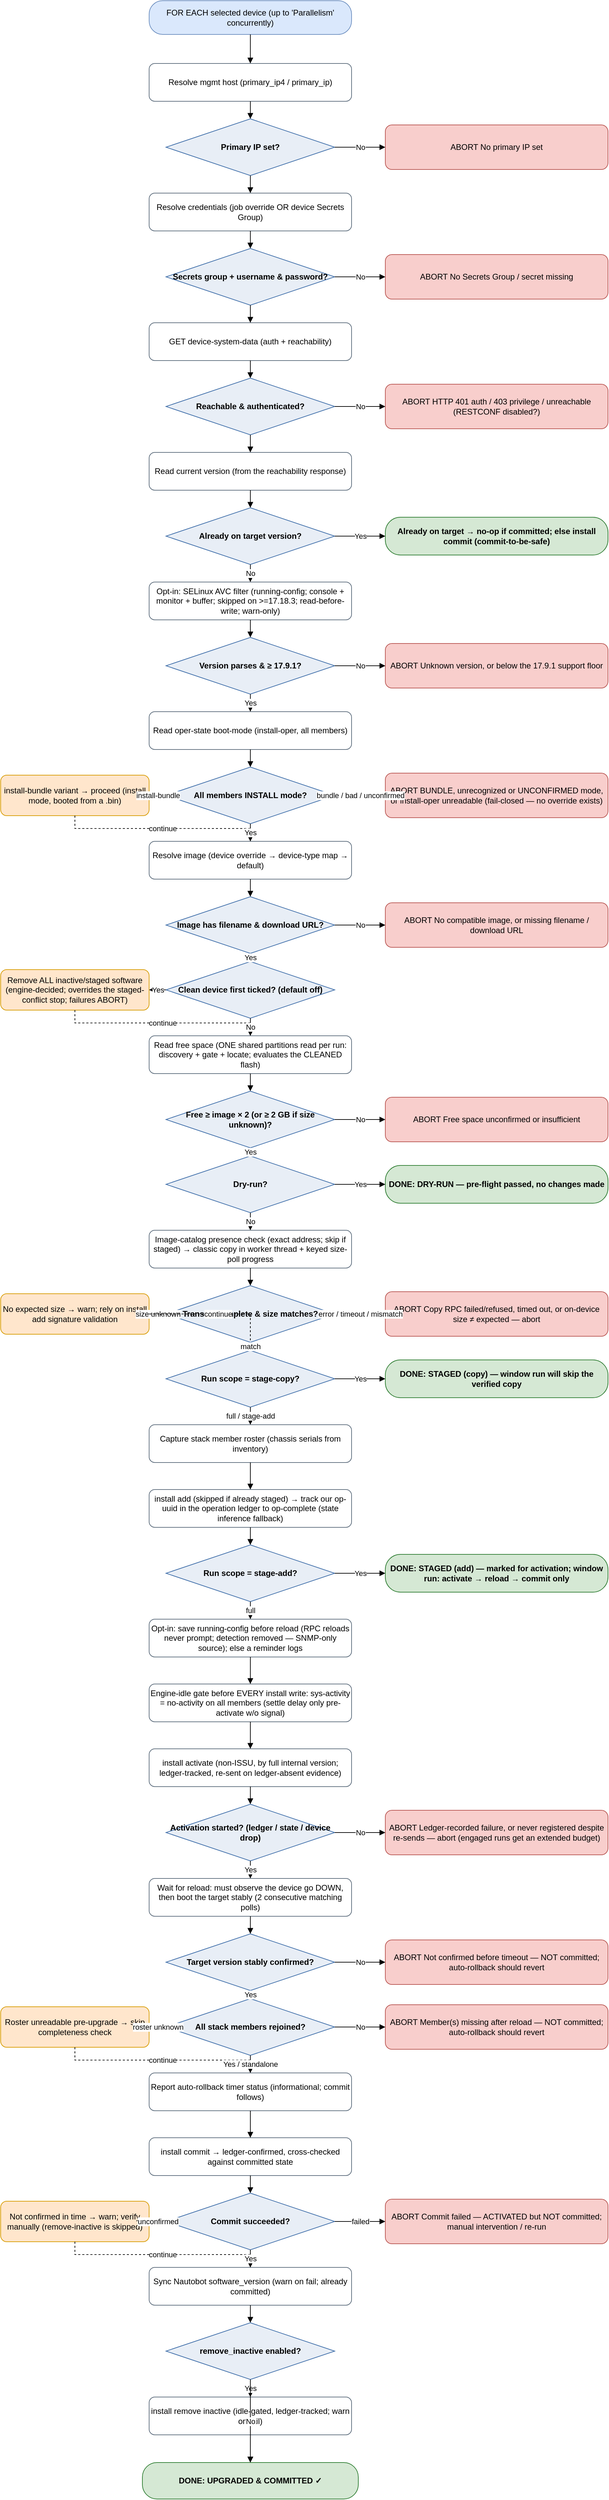
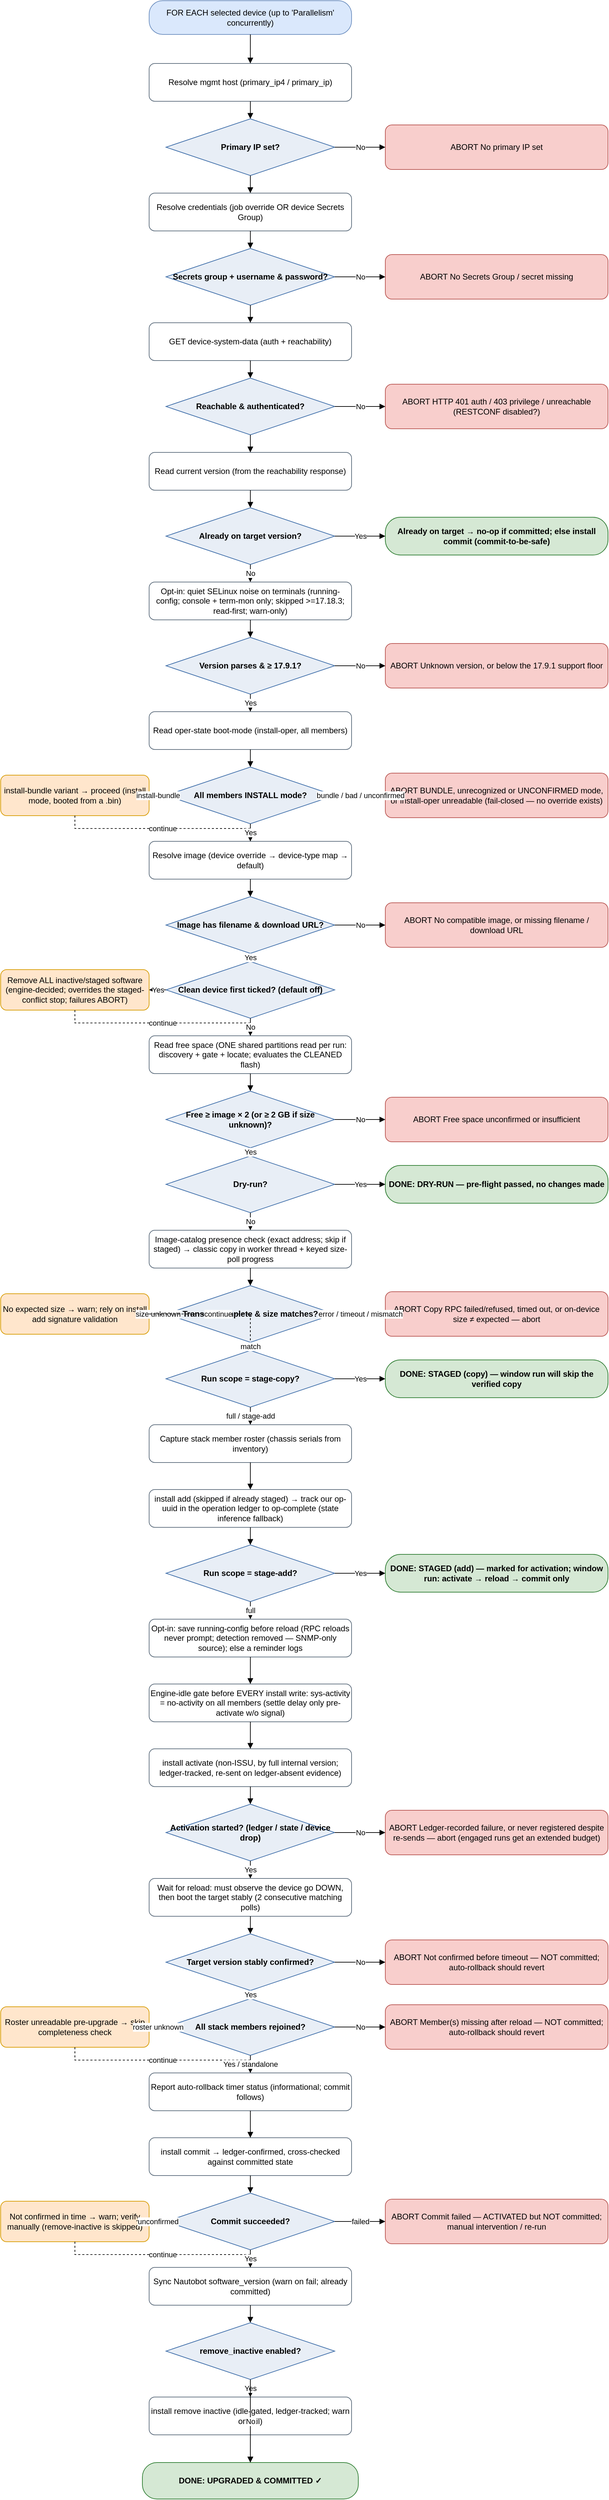
<mxfile host="app.diagrams.net" type="device">
  <diagram name="IOS-XE upgrade flow" id="iosxe-upgrade-flow">
    <mxGraphModel dx="1000" dy="2000" grid="1" gridSize="10" guides="1" tooltips="1"
        connect="1" arrows="1" fold="1" page="1" pageScale="1" math="0" shadow="0">
      <root>
        <mxCell id="0"/>
        <mxCell id="1" parent="0"/>
        <mxCell id="start" value="FOR EACH selected device&amp;#10;(up to &#x27;Parallelism&#x27; concurrently)" style="rounded=1;arcSize=40;whiteSpace=wrap;html=1;fillColor=#DAE8FC;strokeColor=#6C8EBF;" vertex="1" parent="1"><mxGeometry x="250" y="31" width="300" height="50" as="geometry"/></mxCell>
        <mxCell id="host" value="Resolve mgmt host&amp;#10;(primary_ip4 / primary_ip)" style="rounded=1;whiteSpace=wrap;html=1;fillColor=#FFFFFF;strokeColor=#5B6B7B;" vertex="1" parent="1"><mxGeometry x="250" y="124" width="300" height="56" as="geometry"/></mxCell>
        <mxCell id="d_ip" value="Primary IP set?" style="rhombus;whiteSpace=wrap;html=1;fillColor=#E8EEF6;strokeColor=#3C6CA8;fontStyle=1;" vertex="1" parent="1"><mxGeometry x="275" y="206" width="250" height="84" as="geometry"/></mxCell>
        <mxCell id="cred" value="Resolve credentials&amp;#10;(job override OR device Secrets Group)" style="rounded=1;whiteSpace=wrap;html=1;fillColor=#FFFFFF;strokeColor=#5B6B7B;" vertex="1" parent="1"><mxGeometry x="250" y="316" width="300" height="56" as="geometry"/></mxCell>
        <mxCell id="d_cred" value="Secrets group +&amp;#10;username &amp; password?" style="rhombus;whiteSpace=wrap;html=1;fillColor=#E8EEF6;strokeColor=#3C6CA8;fontStyle=1;" vertex="1" parent="1"><mxGeometry x="275" y="398" width="250" height="84" as="geometry"/></mxCell>
        <mxCell id="reach" value="GET device-system-data&amp;#10;(auth + reachability)" style="rounded=1;whiteSpace=wrap;html=1;fillColor=#FFFFFF;strokeColor=#5B6B7B;" vertex="1" parent="1"><mxGeometry x="250" y="508" width="300" height="56" as="geometry"/></mxCell>
        <mxCell id="d_reach" value="Reachable &amp;&amp;#10;authenticated?" style="rhombus;whiteSpace=wrap;html=1;fillColor=#E8EEF6;strokeColor=#3C6CA8;fontStyle=1;" vertex="1" parent="1"><mxGeometry x="275" y="590" width="250" height="84" as="geometry"/></mxCell>
        <mxCell id="curr" value="Read current version&amp;#10;(from the reachability response)" style="rounded=1;whiteSpace=wrap;html=1;fillColor=#FFFFFF;strokeColor=#5B6B7B;" vertex="1" parent="1"><mxGeometry x="250" y="700" width="300" height="56" as="geometry"/></mxCell>
        <mxCell id="d_target" value="Already on&amp;#10;target version?" style="rhombus;whiteSpace=wrap;html=1;fillColor=#E8EEF6;strokeColor=#3C6CA8;fontStyle=1;" vertex="1" parent="1"><mxGeometry x="275" y="782" width="250" height="84" as="geometry"/></mxCell>
-         <mxCell id="avcsup" value="Opt-in: SELinux AVC filter (running-config;&amp;#10;console + monitor + buffer; skipped on&amp;#10;&gt;=17.18.3; read-before-write; warn-only)" style="rounded=1;whiteSpace=wrap;html=1;fillColor=#FFFFFF;strokeColor=#5B6B7B;" vertex="1" parent="1"><mxGeometry x="250" y="892" width="300" height="56" as="geometry"/></mxCell>
+         <mxCell id="avcsup" value="Opt-in: quiet SELinux noise on terminals&amp;#10;(running-config; console + term-mon only;&amp;#10;skipped &gt;=17.18.3; read-first; warn-only)" style="rounded=1;whiteSpace=wrap;html=1;fillColor=#FFFFFF;strokeColor=#5B6B7B;" vertex="1" parent="1"><mxGeometry x="250" y="892" width="300" height="56" as="geometry"/></mxCell>
        <mxCell id="d_floor" value="Version parses&amp;#10;&amp; ≥ 17.9.1?" style="rhombus;whiteSpace=wrap;html=1;fillColor=#E8EEF6;strokeColor=#3C6CA8;fontStyle=1;" vertex="1" parent="1"><mxGeometry x="275" y="974" width="250" height="84" as="geometry"/></mxCell>
        <mxCell id="mode" value="Read oper-state boot-mode&amp;#10;(install-oper, all members)" style="rounded=1;whiteSpace=wrap;html=1;fillColor=#FFFFFF;strokeColor=#5B6B7B;" vertex="1" parent="1"><mxGeometry x="250" y="1084" width="300" height="56" as="geometry"/></mxCell>
        <mxCell id="d_mode" value="All members&amp;#10;INSTALL mode?" style="rhombus;whiteSpace=wrap;html=1;fillColor=#E8EEF6;strokeColor=#3C6CA8;fontStyle=1;" vertex="1" parent="1"><mxGeometry x="275" y="1166" width="250" height="84" as="geometry"/></mxCell>
        <mxCell id="img" value="Resolve image (device override →&amp;#10;device-type map → default)" style="rounded=1;whiteSpace=wrap;html=1;fillColor=#FFFFFF;strokeColor=#5B6B7B;" vertex="1" parent="1"><mxGeometry x="250" y="1276" width="300" height="56" as="geometry"/></mxCell>
        <mxCell id="d_img" value="Image has filename&amp;#10;&amp; download URL?" style="rhombus;whiteSpace=wrap;html=1;fillColor=#E8EEF6;strokeColor=#3C6CA8;fontStyle=1;" vertex="1" parent="1"><mxGeometry x="275" y="1358" width="250" height="84" as="geometry"/></mxCell>
        <mxCell id="d_clean" value="Clean device first&amp;#10;ticked? (default off)" style="rhombus;whiteSpace=wrap;html=1;fillColor=#E8EEF6;strokeColor=#3C6CA8;fontStyle=1;" vertex="1" parent="1"><mxGeometry x="275" y="1454" width="250" height="84" as="geometry"/></mxCell>
        <mxCell id="space" value="Read free space (ONE shared partitions&amp;#10;read per run: discovery + gate + locate;&amp;#10;evaluates the CLEANED flash)" style="rounded=1;whiteSpace=wrap;html=1;fillColor=#FFFFFF;strokeColor=#5B6B7B;" vertex="1" parent="1"><mxGeometry x="250" y="1564" width="300" height="56" as="geometry"/></mxCell>
        <mxCell id="d_space" value="Free ≥ image × 2&amp;#10;(or ≥ 2 GB if size unknown)?" style="rhombus;whiteSpace=wrap;html=1;fillColor=#E8EEF6;strokeColor=#3C6CA8;fontStyle=1;" vertex="1" parent="1"><mxGeometry x="275" y="1646" width="250" height="84" as="geometry"/></mxCell>
        <mxCell id="d_dry" value="Dry-run?" style="rhombus;whiteSpace=wrap;html=1;fillColor=#E8EEF6;strokeColor=#3C6CA8;fontStyle=1;" vertex="1" parent="1"><mxGeometry x="275" y="1742" width="250" height="84" as="geometry"/></mxCell>
        <mxCell id="copy" value="Image-catalog presence check (exact address;&amp;#10;skip if staged) → classic copy in worker&amp;#10;thread + keyed size-poll progress" style="rounded=1;whiteSpace=wrap;html=1;fillColor=#FFFFFF;strokeColor=#5B6B7B;" vertex="1" parent="1"><mxGeometry x="250" y="1852" width="300" height="56" as="geometry"/></mxCell>
        <mxCell id="d_size" value="Transfer complete&amp;#10;&amp; size matches?" style="rhombus;whiteSpace=wrap;html=1;fillColor=#E8EEF6;strokeColor=#3C6CA8;fontStyle=1;" vertex="1" parent="1"><mxGeometry x="275" y="1934" width="250" height="84" as="geometry"/></mxCell>
        <mxCell id="d_stagecopy" value="Run scope =&amp;#10;stage-copy?" style="rhombus;whiteSpace=wrap;html=1;fillColor=#E8EEF6;strokeColor=#3C6CA8;fontStyle=1;" vertex="1" parent="1"><mxGeometry x="275" y="2030" width="250" height="84" as="geometry"/></mxCell>
        <mxCell id="roster" value="Capture stack member roster&amp;#10;(chassis serials from inventory)" style="rounded=1;whiteSpace=wrap;html=1;fillColor=#FFFFFF;strokeColor=#5B6B7B;" vertex="1" parent="1"><mxGeometry x="250" y="2140" width="300" height="56" as="geometry"/></mxCell>
        <mxCell id="add" value="install add (skipped if already staged) →&amp;#10;track our op-uuid in the operation ledger&amp;#10;to op-complete (state inference fallback)" style="rounded=1;whiteSpace=wrap;html=1;fillColor=#FFFFFF;strokeColor=#5B6B7B;" vertex="1" parent="1"><mxGeometry x="250" y="2236" width="300" height="56" as="geometry"/></mxCell>
        <mxCell id="d_stageadd" value="Run scope =&amp;#10;stage-add?" style="rhombus;whiteSpace=wrap;html=1;fillColor=#E8EEF6;strokeColor=#3C6CA8;fontStyle=1;" vertex="1" parent="1"><mxGeometry x="275" y="2318" width="250" height="84" as="geometry"/></mxCell>
        <mxCell id="cfgsync" value="Opt-in: save running-config before reload&amp;#10;(RPC reloads never prompt; detection removed&amp;#10;— SNMP-only source); else a reminder logs" style="rounded=1;whiteSpace=wrap;html=1;fillColor=#FFFFFF;strokeColor=#5B6B7B;" vertex="1" parent="1"><mxGeometry x="250" y="2428" width="300" height="56" as="geometry"/></mxCell>
        <mxCell id="idle" value="Engine-idle gate before EVERY install write:&amp;#10;sys-activity = no-activity on all members&amp;#10;(settle delay only pre-activate w/o signal)" style="rounded=1;whiteSpace=wrap;html=1;fillColor=#FFFFFF;strokeColor=#5B6B7B;" vertex="1" parent="1"><mxGeometry x="250" y="2524" width="300" height="56" as="geometry"/></mxCell>
        <mxCell id="act" value="install activate (non-ISSU, by full internal&amp;#10;version; ledger-tracked,&amp;#10;re-sent on ledger-absent evidence)" style="rounded=1;whiteSpace=wrap;html=1;fillColor=#FFFFFF;strokeColor=#5B6B7B;" vertex="1" parent="1"><mxGeometry x="250" y="2620" width="300" height="56" as="geometry"/></mxCell>
        <mxCell id="d_act" value="Activation started?&amp;#10;(ledger / state / device drop)" style="rhombus;whiteSpace=wrap;html=1;fillColor=#E8EEF6;strokeColor=#3C6CA8;fontStyle=1;" vertex="1" parent="1"><mxGeometry x="275" y="2702" width="250" height="84" as="geometry"/></mxCell>
        <mxCell id="waitc" value="Wait for reload: must observe the device&amp;#10;go DOWN, then boot the target stably&amp;#10;(2 consecutive matching polls)" style="rounded=1;whiteSpace=wrap;html=1;fillColor=#FFFFFF;strokeColor=#5B6B7B;" vertex="1" parent="1"><mxGeometry x="250" y="2812" width="300" height="56" as="geometry"/></mxCell>
        <mxCell id="d_confirm" value="Target version&amp;#10;stably confirmed?" style="rhombus;whiteSpace=wrap;html=1;fillColor=#E8EEF6;strokeColor=#3C6CA8;fontStyle=1;" vertex="1" parent="1"><mxGeometry x="275" y="2894" width="250" height="84" as="geometry"/></mxCell>
        <mxCell id="d_members" value="All stack members&amp;#10;rejoined?" style="rhombus;whiteSpace=wrap;html=1;fillColor=#E8EEF6;strokeColor=#3C6CA8;fontStyle=1;" vertex="1" parent="1"><mxGeometry x="275" y="2990" width="250" height="84" as="geometry"/></mxCell>
        <mxCell id="rollbackchk" value="Report auto-rollback timer status&amp;#10;(informational; commit follows)" style="rounded=1;whiteSpace=wrap;html=1;fillColor=#FFFFFF;strokeColor=#5B6B7B;" vertex="1" parent="1"><mxGeometry x="250" y="3100" width="300" height="56" as="geometry"/></mxCell>
        <mxCell id="commit" value="install commit → ledger-confirmed,&amp;#10;cross-checked against committed state" style="rounded=1;whiteSpace=wrap;html=1;fillColor=#FFFFFF;strokeColor=#5B6B7B;" vertex="1" parent="1"><mxGeometry x="250" y="3196" width="300" height="56" as="geometry"/></mxCell>
        <mxCell id="d_commit" value="Commit&amp;#10;succeeded?" style="rhombus;whiteSpace=wrap;html=1;fillColor=#E8EEF6;strokeColor=#3C6CA8;fontStyle=1;" vertex="1" parent="1"><mxGeometry x="275" y="3278" width="250" height="84" as="geometry"/></mxCell>
        <mxCell id="sync" value="Sync Nautobot software_version&amp;#10;(warn on fail; already committed)" style="rounded=1;whiteSpace=wrap;html=1;fillColor=#FFFFFF;strokeColor=#5B6B7B;" vertex="1" parent="1"><mxGeometry x="250" y="3388" width="300" height="56" as="geometry"/></mxCell>
        <mxCell id="d_remove" value="remove_inactive&amp;#10;enabled?" style="rhombus;whiteSpace=wrap;html=1;fillColor=#E8EEF6;strokeColor=#3C6CA8;fontStyle=1;" vertex="1" parent="1"><mxGeometry x="275" y="3470" width="250" height="84" as="geometry"/></mxCell>
        <mxCell id="remove" value="install remove inactive (idle-gated,&amp;#10;ledger-tracked; warn on fail)" style="rounded=1;whiteSpace=wrap;html=1;fillColor=#FFFFFF;strokeColor=#5B6B7B;" vertex="1" parent="1"><mxGeometry x="250" y="3580" width="300" height="56" as="geometry"/></mxCell>
        <mxCell id="ok" value="DONE: UPGRADED &amp; COMMITTED ✓" style="rounded=1;arcSize=40;whiteSpace=wrap;html=1;fillColor=#D5E8D4;strokeColor=#2E7D32;fontStyle=1;" vertex="1" parent="1"><mxGeometry x="240" y="3677" width="320" height="54" as="geometry"/></mxCell>
        <mxCell id="d_ip_abort" value="ABORT&amp;#10;No primary IP set" style="rounded=1;whiteSpace=wrap;html=1;fillColor=#F8CECC;strokeColor=#B85450;" vertex="1" parent="1"><mxGeometry x="600" y="215" width="330" height="66" as="geometry"/></mxCell>
        <mxCell id="d_cred_abort" value="ABORT&amp;#10;No Secrets Group / secret missing" style="rounded=1;whiteSpace=wrap;html=1;fillColor=#F8CECC;strokeColor=#B85450;" vertex="1" parent="1"><mxGeometry x="600" y="407" width="330" height="66" as="geometry"/></mxCell>
        <mxCell id="d_reach_abort" value="ABORT&amp;#10;HTTP 401 auth / 403 privilege /&amp;#10;unreachable (RESTCONF disabled?)" style="rounded=1;whiteSpace=wrap;html=1;fillColor=#F8CECC;strokeColor=#B85450;" vertex="1" parent="1"><mxGeometry x="600" y="599" width="330" height="66" as="geometry"/></mxCell>
        <mxCell id="d_target_ok" value="Already on target → no-op if committed;&amp;#10;else install commit (commit-to-be-safe)" style="rounded=1;arcSize=40;whiteSpace=wrap;html=1;fillColor=#D5E8D4;strokeColor=#2E7D32;fontStyle=1;" vertex="1" parent="1"><mxGeometry x="600" y="796" width="330" height="56" as="geometry"/></mxCell>
        <mxCell id="d_floor_abort" value="ABORT&amp;#10;Unknown version, or below the&amp;#10;17.9.1 support floor" style="rounded=1;whiteSpace=wrap;html=1;fillColor=#F8CECC;strokeColor=#B85450;" vertex="1" parent="1"><mxGeometry x="600" y="983" width="330" height="66" as="geometry"/></mxCell>
        <mxCell id="d_mode_abort" value="ABORT&amp;#10;BUNDLE, unrecognized or UNCONFIRMED&amp;#10;mode, or install-oper unreadable&amp;#10;(fail-closed — no override exists)" style="rounded=1;whiteSpace=wrap;html=1;fillColor=#F8CECC;strokeColor=#B85450;" vertex="1" parent="1"><mxGeometry x="600" y="1175" width="330" height="66" as="geometry"/></mxCell>
        <mxCell id="d_mode_warn" value="install-bundle variant → proceed&amp;#10;(install mode, booted from a .bin)" style="rounded=1;whiteSpace=wrap;html=1;fillColor=#FFE6CC;strokeColor=#D79B00;" vertex="1" parent="1"><mxGeometry x="30" y="1178" width="220" height="60" as="geometry"/></mxCell>
        <mxCell id="d_img_abort" value="ABORT&amp;#10;No compatible image, or missing&amp;#10;filename / download URL" style="rounded=1;whiteSpace=wrap;html=1;fillColor=#F8CECC;strokeColor=#B85450;" vertex="1" parent="1"><mxGeometry x="600" y="1367" width="330" height="66" as="geometry"/></mxCell>
        <mxCell id="d_clean_warn" value="Remove ALL inactive/staged software&amp;#10;(engine-decided; overrides the staged-&amp;#10;conflict stop; failures ABORT)" style="rounded=1;whiteSpace=wrap;html=1;fillColor=#FFE6CC;strokeColor=#D79B00;" vertex="1" parent="1"><mxGeometry x="30" y="1466" width="220" height="60" as="geometry"/></mxCell>
        <mxCell id="d_space_abort" value="ABORT&amp;#10;Free space unconfirmed or&amp;#10;insufficient" style="rounded=1;whiteSpace=wrap;html=1;fillColor=#F8CECC;strokeColor=#B85450;" vertex="1" parent="1"><mxGeometry x="600" y="1655" width="330" height="66" as="geometry"/></mxCell>
        <mxCell id="d_dry_ok" value="DONE: DRY-RUN — pre-flight&amp;#10;passed, no changes made" style="rounded=1;arcSize=40;whiteSpace=wrap;html=1;fillColor=#D5E8D4;strokeColor=#2E7D32;fontStyle=1;" vertex="1" parent="1"><mxGeometry x="600" y="1756" width="330" height="56" as="geometry"/></mxCell>
        <mxCell id="d_size_abort" value="ABORT&amp;#10;Copy RPC failed/refused, timed out,&amp;#10;or on-device size ≠ expected — abort" style="rounded=1;whiteSpace=wrap;html=1;fillColor=#F8CECC;strokeColor=#B85450;" vertex="1" parent="1"><mxGeometry x="600" y="1943" width="330" height="66" as="geometry"/></mxCell>
        <mxCell id="d_size_warn" value="No expected size → warn; rely on&amp;#10;install add signature validation" style="rounded=1;whiteSpace=wrap;html=1;fillColor=#FFE6CC;strokeColor=#D79B00;" vertex="1" parent="1"><mxGeometry x="30" y="1946" width="220" height="60" as="geometry"/></mxCell>
        <mxCell id="d_stagecopy_ok" value="DONE: STAGED (copy) — window run&amp;#10;will skip the verified copy" style="rounded=1;arcSize=40;whiteSpace=wrap;html=1;fillColor=#D5E8D4;strokeColor=#2E7D32;fontStyle=1;" vertex="1" parent="1"><mxGeometry x="600" y="2044" width="330" height="56" as="geometry"/></mxCell>
        <mxCell id="d_stageadd_ok" value="DONE: STAGED (add) — marked for&amp;#10;activation; window run: activate →&amp;#10;reload → commit only" style="rounded=1;arcSize=40;whiteSpace=wrap;html=1;fillColor=#D5E8D4;strokeColor=#2E7D32;fontStyle=1;" vertex="1" parent="1"><mxGeometry x="600" y="2332" width="330" height="56" as="geometry"/></mxCell>
        <mxCell id="d_act_abort" value="ABORT&amp;#10;Ledger-recorded failure, or never&amp;#10;registered despite re-sends — abort&amp;#10;(engaged runs get an extended budget)" style="rounded=1;whiteSpace=wrap;html=1;fillColor=#F8CECC;strokeColor=#B85450;" vertex="1" parent="1"><mxGeometry x="600" y="2711" width="330" height="66" as="geometry"/></mxCell>
        <mxCell id="d_confirm_abort" value="ABORT&amp;#10;Not confirmed before timeout — NOT&amp;#10;committed; auto-rollback should revert" style="rounded=1;whiteSpace=wrap;html=1;fillColor=#F8CECC;strokeColor=#B85450;" vertex="1" parent="1"><mxGeometry x="600" y="2903" width="330" height="66" as="geometry"/></mxCell>
        <mxCell id="d_members_abort" value="ABORT&amp;#10;Member(s) missing after reload — NOT&amp;#10;committed; auto-rollback should revert" style="rounded=1;whiteSpace=wrap;html=1;fillColor=#F8CECC;strokeColor=#B85450;" vertex="1" parent="1"><mxGeometry x="600" y="2999" width="330" height="66" as="geometry"/></mxCell>
        <mxCell id="d_members_warn" value="Roster unreadable pre-upgrade →&amp;#10;skip completeness check" style="rounded=1;whiteSpace=wrap;html=1;fillColor=#FFE6CC;strokeColor=#D79B00;" vertex="1" parent="1"><mxGeometry x="30" y="3002" width="220" height="60" as="geometry"/></mxCell>
        <mxCell id="d_commit_abort" value="ABORT&amp;#10;Commit failed — ACTIVATED but NOT&amp;#10;committed; manual intervention / re-run" style="rounded=1;whiteSpace=wrap;html=1;fillColor=#F8CECC;strokeColor=#B85450;" vertex="1" parent="1"><mxGeometry x="600" y="3287" width="330" height="66" as="geometry"/></mxCell>
        <mxCell id="d_commit_warn" value="Not confirmed in time → warn;&amp;#10;verify manually (remove-inactive&amp;#10;is skipped)" style="rounded=1;whiteSpace=wrap;html=1;fillColor=#FFE6CC;strokeColor=#D79B00;" vertex="1" parent="1"><mxGeometry x="30" y="3290" width="220" height="60" as="geometry"/></mxCell>
        <mxCell id="e_d_ip_abort" value="No" style="edgeStyle=orthogonalEdgeStyle;rounded=0;html=1;endArrow=block;" edge="1" parent="1" source="d_ip" target="d_ip_abort"><mxGeometry relative="1" as="geometry"/></mxCell>
        <mxCell id="e_d_cred_abort" value="No" style="edgeStyle=orthogonalEdgeStyle;rounded=0;html=1;endArrow=block;" edge="1" parent="1" source="d_cred" target="d_cred_abort"><mxGeometry relative="1" as="geometry"/></mxCell>
        <mxCell id="e_d_reach_abort" value="No" style="edgeStyle=orthogonalEdgeStyle;rounded=0;html=1;endArrow=block;" edge="1" parent="1" source="d_reach" target="d_reach_abort"><mxGeometry relative="1" as="geometry"/></mxCell>
        <mxCell id="e_d_target_ok" value="Yes" style="edgeStyle=orthogonalEdgeStyle;rounded=0;html=1;endArrow=block;" edge="1" parent="1" source="d_target" target="d_target_ok"><mxGeometry relative="1" as="geometry"/></mxCell>
        <mxCell id="e_d_floor_abort" value="No" style="edgeStyle=orthogonalEdgeStyle;rounded=0;html=1;endArrow=block;" edge="1" parent="1" source="d_floor" target="d_floor_abort"><mxGeometry relative="1" as="geometry"/></mxCell>
        <mxCell id="e_d_mode_abort" value="bundle / bad /
unconfirmed" style="edgeStyle=orthogonalEdgeStyle;rounded=0;html=1;endArrow=block;" edge="1" parent="1" source="d_mode" target="d_mode_abort"><mxGeometry relative="1" as="geometry"/></mxCell>
        <mxCell id="e_d_mode_warn" value="install-bundle" style="edgeStyle=orthogonalEdgeStyle;rounded=0;html=1;endArrow=block;" edge="1" parent="1" source="d_mode" target="d_mode_warn"><mxGeometry relative="1" as="geometry"/></mxCell>
        <mxCell id="e_d_mode_warn_join" value="continue" style="edgeStyle=orthogonalEdgeStyle;rounded=0;html=1;endArrow=block;dashed=1;" edge="1" parent="1" source="d_mode_warn" target="img"><mxGeometry relative="1" as="geometry"/></mxCell>
        <mxCell id="e_d_img_abort" value="No" style="edgeStyle=orthogonalEdgeStyle;rounded=0;html=1;endArrow=block;" edge="1" parent="1" source="d_img" target="d_img_abort"><mxGeometry relative="1" as="geometry"/></mxCell>
        <mxCell id="e_d_clean_warn" value="Yes" style="edgeStyle=orthogonalEdgeStyle;rounded=0;html=1;endArrow=block;" edge="1" parent="1" source="d_clean" target="d_clean_warn"><mxGeometry relative="1" as="geometry"/></mxCell>
        <mxCell id="e_d_clean_warn_join" value="continue" style="edgeStyle=orthogonalEdgeStyle;rounded=0;html=1;endArrow=block;dashed=1;" edge="1" parent="1" source="d_clean_warn" target="space"><mxGeometry relative="1" as="geometry"/></mxCell>
        <mxCell id="e_d_space_abort" value="No" style="edgeStyle=orthogonalEdgeStyle;rounded=0;html=1;endArrow=block;" edge="1" parent="1" source="d_space" target="d_space_abort"><mxGeometry relative="1" as="geometry"/></mxCell>
        <mxCell id="e_d_dry_ok" value="Yes" style="edgeStyle=orthogonalEdgeStyle;rounded=0;html=1;endArrow=block;" edge="1" parent="1" source="d_dry" target="d_dry_ok"><mxGeometry relative="1" as="geometry"/></mxCell>
        <mxCell id="e_d_size_abort" value="error / timeout /
mismatch" style="edgeStyle=orthogonalEdgeStyle;rounded=0;html=1;endArrow=block;" edge="1" parent="1" source="d_size" target="d_size_abort"><mxGeometry relative="1" as="geometry"/></mxCell>
        <mxCell id="e_d_size_warn" value="size unknown" style="edgeStyle=orthogonalEdgeStyle;rounded=0;html=1;endArrow=block;" edge="1" parent="1" source="d_size" target="d_size_warn"><mxGeometry relative="1" as="geometry"/></mxCell>
        <mxCell id="e_d_size_warn_join" value="continue" style="edgeStyle=orthogonalEdgeStyle;rounded=0;html=1;endArrow=block;dashed=1;" edge="1" parent="1" source="d_size_warn" target="d_stagecopy"><mxGeometry relative="1" as="geometry"/></mxCell>
        <mxCell id="e_d_stagecopy_ok" value="Yes" style="edgeStyle=orthogonalEdgeStyle;rounded=0;html=1;endArrow=block;" edge="1" parent="1" source="d_stagecopy" target="d_stagecopy_ok"><mxGeometry relative="1" as="geometry"/></mxCell>
        <mxCell id="e_d_stageadd_ok" value="Yes" style="edgeStyle=orthogonalEdgeStyle;rounded=0;html=1;endArrow=block;" edge="1" parent="1" source="d_stageadd" target="d_stageadd_ok"><mxGeometry relative="1" as="geometry"/></mxCell>
        <mxCell id="e_d_act_abort" value="No" style="edgeStyle=orthogonalEdgeStyle;rounded=0;html=1;endArrow=block;" edge="1" parent="1" source="d_act" target="d_act_abort"><mxGeometry relative="1" as="geometry"/></mxCell>
        <mxCell id="e_d_confirm_abort" value="No" style="edgeStyle=orthogonalEdgeStyle;rounded=0;html=1;endArrow=block;" edge="1" parent="1" source="d_confirm" target="d_confirm_abort"><mxGeometry relative="1" as="geometry"/></mxCell>
        <mxCell id="e_d_members_abort" value="No" style="edgeStyle=orthogonalEdgeStyle;rounded=0;html=1;endArrow=block;" edge="1" parent="1" source="d_members" target="d_members_abort"><mxGeometry relative="1" as="geometry"/></mxCell>
        <mxCell id="e_d_members_warn" value="roster unknown" style="edgeStyle=orthogonalEdgeStyle;rounded=0;html=1;endArrow=block;" edge="1" parent="1" source="d_members" target="d_members_warn"><mxGeometry relative="1" as="geometry"/></mxCell>
        <mxCell id="e_d_members_warn_join" value="continue" style="edgeStyle=orthogonalEdgeStyle;rounded=0;html=1;endArrow=block;dashed=1;" edge="1" parent="1" source="d_members_warn" target="rollbackchk"><mxGeometry relative="1" as="geometry"/></mxCell>
        <mxCell id="e_d_commit_abort" value="failed" style="edgeStyle=orthogonalEdgeStyle;rounded=0;html=1;endArrow=block;" edge="1" parent="1" source="d_commit" target="d_commit_abort"><mxGeometry relative="1" as="geometry"/></mxCell>
        <mxCell id="e_d_commit_warn" value="unconfirmed" style="edgeStyle=orthogonalEdgeStyle;rounded=0;html=1;endArrow=block;" edge="1" parent="1" source="d_commit" target="d_commit_warn"><mxGeometry relative="1" as="geometry"/></mxCell>
        <mxCell id="e_d_commit_warn_join" value="continue" style="edgeStyle=orthogonalEdgeStyle;rounded=0;html=1;endArrow=block;dashed=1;" edge="1" parent="1" source="d_commit_warn" target="sync"><mxGeometry relative="1" as="geometry"/></mxCell>
        <mxCell id="e_start_host" value="" style="edgeStyle=orthogonalEdgeStyle;rounded=0;html=1;endArrow=block;" edge="1" parent="1" source="start" target="host"><mxGeometry relative="1" as="geometry"/></mxCell>
        <mxCell id="e_host_d_ip" value="" style="edgeStyle=orthogonalEdgeStyle;rounded=0;html=1;endArrow=block;" edge="1" parent="1" source="host" target="d_ip"><mxGeometry relative="1" as="geometry"/></mxCell>
        <mxCell id="e_d_ip_cred" value="" style="edgeStyle=orthogonalEdgeStyle;rounded=0;html=1;endArrow=block;" edge="1" parent="1" source="d_ip" target="cred"><mxGeometry relative="1" as="geometry"/></mxCell>
        <mxCell id="e_cred_d_cred" value="" style="edgeStyle=orthogonalEdgeStyle;rounded=0;html=1;endArrow=block;" edge="1" parent="1" source="cred" target="d_cred"><mxGeometry relative="1" as="geometry"/></mxCell>
        <mxCell id="e_d_cred_reach" value="" style="edgeStyle=orthogonalEdgeStyle;rounded=0;html=1;endArrow=block;" edge="1" parent="1" source="d_cred" target="reach"><mxGeometry relative="1" as="geometry"/></mxCell>
        <mxCell id="e_reach_d_reach" value="" style="edgeStyle=orthogonalEdgeStyle;rounded=0;html=1;endArrow=block;" edge="1" parent="1" source="reach" target="d_reach"><mxGeometry relative="1" as="geometry"/></mxCell>
        <mxCell id="e_d_reach_curr" value="" style="edgeStyle=orthogonalEdgeStyle;rounded=0;html=1;endArrow=block;" edge="1" parent="1" source="d_reach" target="curr"><mxGeometry relative="1" as="geometry"/></mxCell>
        <mxCell id="e_curr_d_target" value="" style="edgeStyle=orthogonalEdgeStyle;rounded=0;html=1;endArrow=block;" edge="1" parent="1" source="curr" target="d_target"><mxGeometry relative="1" as="geometry"/></mxCell>
        <mxCell id="e_d_target_avcsup" value="No" style="edgeStyle=orthogonalEdgeStyle;rounded=0;html=1;endArrow=block;" edge="1" parent="1" source="d_target" target="avcsup"><mxGeometry relative="1" as="geometry"/></mxCell>
        <mxCell id="e_avcsup_d_floor" value="" style="edgeStyle=orthogonalEdgeStyle;rounded=0;html=1;endArrow=block;" edge="1" parent="1" source="avcsup" target="d_floor"><mxGeometry relative="1" as="geometry"/></mxCell>
        <mxCell id="e_d_floor_mode" value="Yes" style="edgeStyle=orthogonalEdgeStyle;rounded=0;html=1;endArrow=block;" edge="1" parent="1" source="d_floor" target="mode"><mxGeometry relative="1" as="geometry"/></mxCell>
        <mxCell id="e_mode_d_mode" value="" style="edgeStyle=orthogonalEdgeStyle;rounded=0;html=1;endArrow=block;" edge="1" parent="1" source="mode" target="d_mode"><mxGeometry relative="1" as="geometry"/></mxCell>
        <mxCell id="e_d_mode_img" value="Yes" style="edgeStyle=orthogonalEdgeStyle;rounded=0;html=1;endArrow=block;" edge="1" parent="1" source="d_mode" target="img"><mxGeometry relative="1" as="geometry"/></mxCell>
        <mxCell id="e_img_d_img" value="" style="edgeStyle=orthogonalEdgeStyle;rounded=0;html=1;endArrow=block;" edge="1" parent="1" source="img" target="d_img"><mxGeometry relative="1" as="geometry"/></mxCell>
        <mxCell id="e_d_img_d_clean" value="Yes" style="edgeStyle=orthogonalEdgeStyle;rounded=0;html=1;endArrow=block;" edge="1" parent="1" source="d_img" target="d_clean"><mxGeometry relative="1" as="geometry"/></mxCell>
        <mxCell id="e_d_clean_space" value="No" style="edgeStyle=orthogonalEdgeStyle;rounded=0;html=1;endArrow=block;" edge="1" parent="1" source="d_clean" target="space"><mxGeometry relative="1" as="geometry"/></mxCell>
        <mxCell id="e_space_d_space" value="" style="edgeStyle=orthogonalEdgeStyle;rounded=0;html=1;endArrow=block;" edge="1" parent="1" source="space" target="d_space"><mxGeometry relative="1" as="geometry"/></mxCell>
        <mxCell id="e_d_space_d_dry" value="Yes" style="edgeStyle=orthogonalEdgeStyle;rounded=0;html=1;endArrow=block;" edge="1" parent="1" source="d_space" target="d_dry"><mxGeometry relative="1" as="geometry"/></mxCell>
        <mxCell id="e_d_dry_copy" value="No" style="edgeStyle=orthogonalEdgeStyle;rounded=0;html=1;endArrow=block;" edge="1" parent="1" source="d_dry" target="copy"><mxGeometry relative="1" as="geometry"/></mxCell>
        <mxCell id="e_copy_d_size" value="" style="edgeStyle=orthogonalEdgeStyle;rounded=0;html=1;endArrow=block;" edge="1" parent="1" source="copy" target="d_size"><mxGeometry relative="1" as="geometry"/></mxCell>
        <mxCell id="e_d_size_d_stagecopy" value="match" style="edgeStyle=orthogonalEdgeStyle;rounded=0;html=1;endArrow=block;" edge="1" parent="1" source="d_size" target="d_stagecopy"><mxGeometry relative="1" as="geometry"/></mxCell>
        <mxCell id="e_d_stagecopy_roster" value="full / stage-add" style="edgeStyle=orthogonalEdgeStyle;rounded=0;html=1;endArrow=block;" edge="1" parent="1" source="d_stagecopy" target="roster"><mxGeometry relative="1" as="geometry"/></mxCell>
        <mxCell id="e_roster_add" value="" style="edgeStyle=orthogonalEdgeStyle;rounded=0;html=1;endArrow=block;" edge="1" parent="1" source="roster" target="add"><mxGeometry relative="1" as="geometry"/></mxCell>
        <mxCell id="e_add_d_stageadd" value="" style="edgeStyle=orthogonalEdgeStyle;rounded=0;html=1;endArrow=block;" edge="1" parent="1" source="add" target="d_stageadd"><mxGeometry relative="1" as="geometry"/></mxCell>
        <mxCell id="e_d_stageadd_cfgsync" value="full" style="edgeStyle=orthogonalEdgeStyle;rounded=0;html=1;endArrow=block;" edge="1" parent="1" source="d_stageadd" target="cfgsync"><mxGeometry relative="1" as="geometry"/></mxCell>
        <mxCell id="e_cfgsync_idle" value="" style="edgeStyle=orthogonalEdgeStyle;rounded=0;html=1;endArrow=block;" edge="1" parent="1" source="cfgsync" target="idle"><mxGeometry relative="1" as="geometry"/></mxCell>
        <mxCell id="e_idle_act" value="" style="edgeStyle=orthogonalEdgeStyle;rounded=0;html=1;endArrow=block;" edge="1" parent="1" source="idle" target="act"><mxGeometry relative="1" as="geometry"/></mxCell>
        <mxCell id="e_act_d_act" value="" style="edgeStyle=orthogonalEdgeStyle;rounded=0;html=1;endArrow=block;" edge="1" parent="1" source="act" target="d_act"><mxGeometry relative="1" as="geometry"/></mxCell>
        <mxCell id="e_d_act_waitc" value="Yes" style="edgeStyle=orthogonalEdgeStyle;rounded=0;html=1;endArrow=block;" edge="1" parent="1" source="d_act" target="waitc"><mxGeometry relative="1" as="geometry"/></mxCell>
        <mxCell id="e_waitc_d_confirm" value="" style="edgeStyle=orthogonalEdgeStyle;rounded=0;html=1;endArrow=block;" edge="1" parent="1" source="waitc" target="d_confirm"><mxGeometry relative="1" as="geometry"/></mxCell>
        <mxCell id="e_d_confirm_d_members" value="Yes" style="edgeStyle=orthogonalEdgeStyle;rounded=0;html=1;endArrow=block;" edge="1" parent="1" source="d_confirm" target="d_members"><mxGeometry relative="1" as="geometry"/></mxCell>
        <mxCell id="e_d_members_rollbackchk" value="Yes / standalone" style="edgeStyle=orthogonalEdgeStyle;rounded=0;html=1;endArrow=block;" edge="1" parent="1" source="d_members" target="rollbackchk"><mxGeometry relative="1" as="geometry"/></mxCell>
        <mxCell id="e_rollbackchk_commit" value="" style="edgeStyle=orthogonalEdgeStyle;rounded=0;html=1;endArrow=block;" edge="1" parent="1" source="rollbackchk" target="commit"><mxGeometry relative="1" as="geometry"/></mxCell>
        <mxCell id="e_commit_d_commit" value="" style="edgeStyle=orthogonalEdgeStyle;rounded=0;html=1;endArrow=block;" edge="1" parent="1" source="commit" target="d_commit"><mxGeometry relative="1" as="geometry"/></mxCell>
        <mxCell id="e_d_commit_sync" value="Yes" style="edgeStyle=orthogonalEdgeStyle;rounded=0;html=1;endArrow=block;" edge="1" parent="1" source="d_commit" target="sync"><mxGeometry relative="1" as="geometry"/></mxCell>
        <mxCell id="e_sync_d_remove" value="" style="edgeStyle=orthogonalEdgeStyle;rounded=0;html=1;endArrow=block;" edge="1" parent="1" source="sync" target="d_remove"><mxGeometry relative="1" as="geometry"/></mxCell>
        <mxCell id="e_remove_yes" value="Yes" style="edgeStyle=orthogonalEdgeStyle;rounded=0;html=1;endArrow=block;" edge="1" parent="1" source="d_remove" target="remove"><mxGeometry relative="1" as="geometry"/></mxCell>
        <mxCell id="e_remove_ok" value="" style="edgeStyle=orthogonalEdgeStyle;rounded=0;html=1;endArrow=block;" edge="1" parent="1" source="remove" target="ok"><mxGeometry relative="1" as="geometry"/></mxCell>
        <mxCell id="e_remove_no" value="No" style="edgeStyle=orthogonalEdgeStyle;rounded=0;html=1;endArrow=block;" edge="1" parent="1" source="d_remove" target="ok"><mxGeometry relative="1" as="geometry"/></mxCell>
      </root>
    </mxGraphModel>
  </diagram>
</mxfile>
